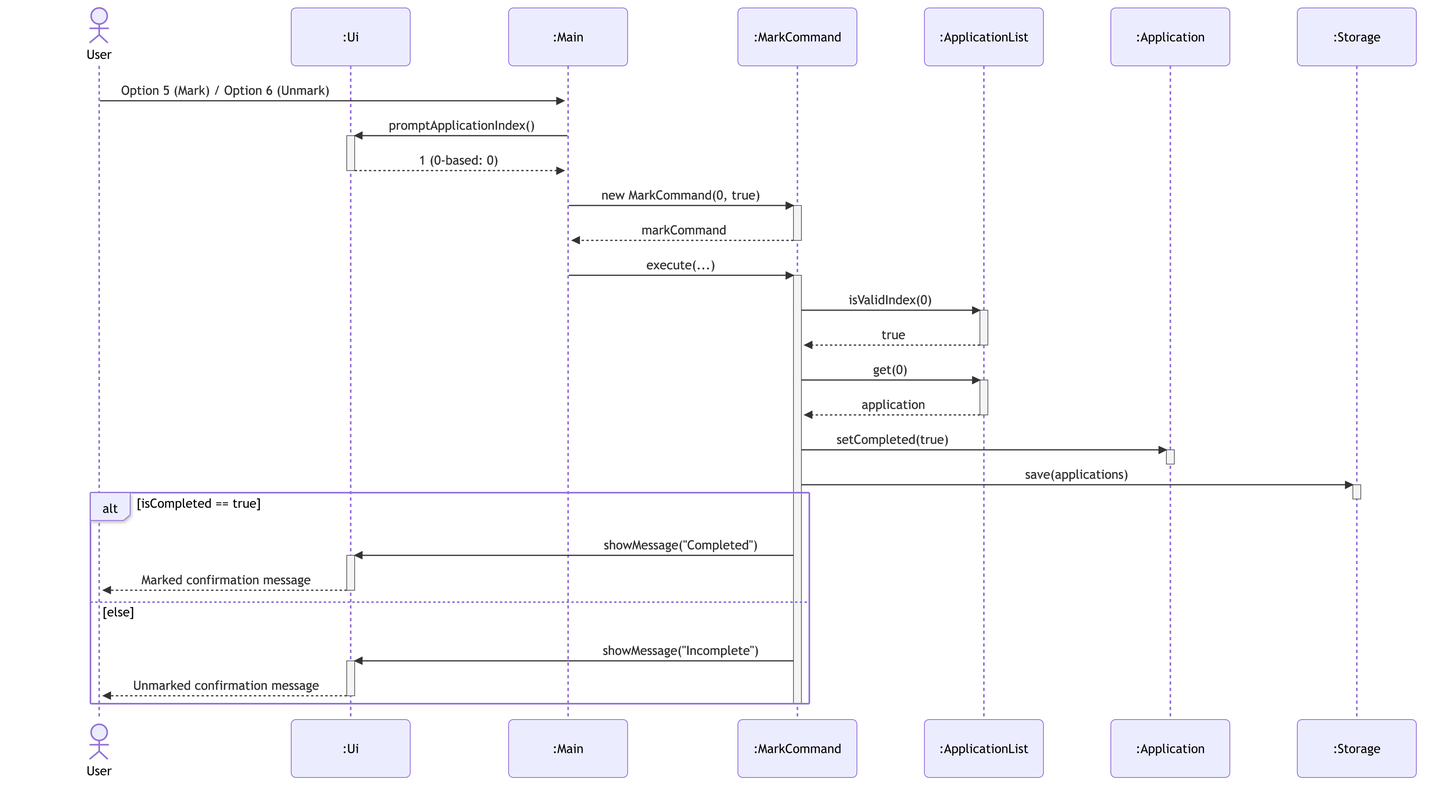
Before: docs/diagrams/mark-application-sequence.png, a diagram exported from Mermaid (AY2627S1-CS2113-T10-2/tp). Its source is kept beside it as docs/diagrams/sources/mark-application-sequence.mmd.
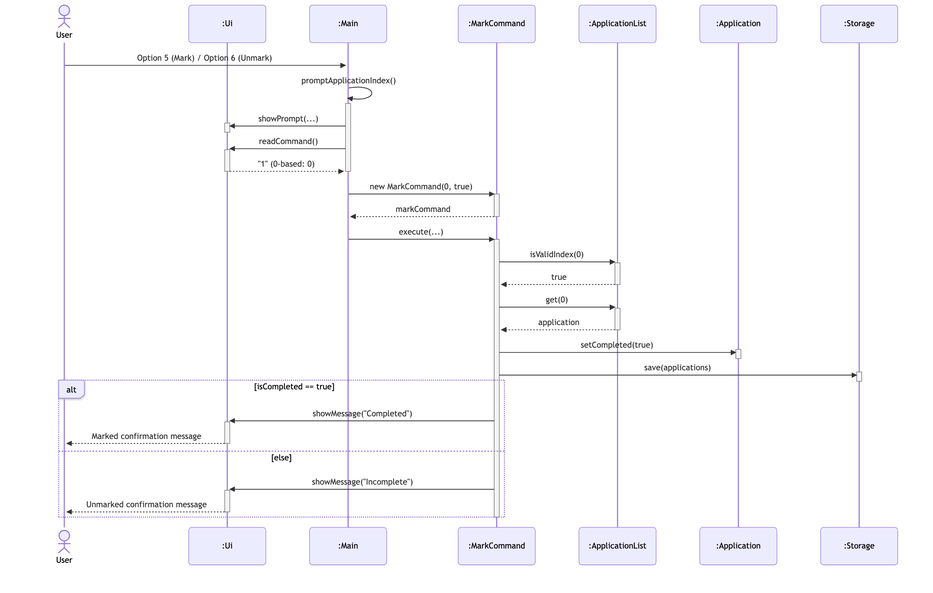
Above is the later version.

What changed in the source:
```diff
@@ -9,10 +9,16 @@
     participant storage as :Storage
 
     user->>main: Option 5 (Mark) / Option 6 (Unmark)
-    main->>ui: promptApplicationIndex()
+    main->>main: promptApplicationIndex()
+    activate main
+    main->>ui: showPrompt(...)
     activate ui
-    ui-->>main: 1 (0-based: 0)
     deactivate ui
+    main->>ui: readCommand()
+    activate ui
+    ui-->>main: "1" (0-based: 0)
+    deactivate ui
+    deactivate main
     main->>cmd: new MarkCommand(0, true)
     activate cmd
     cmd-->>main: markCommand
```
